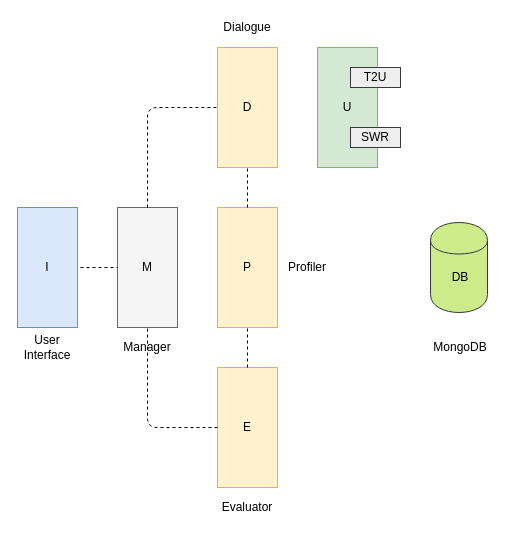
This is Report/images/leonardo-architeture.drawio from diisnc/Dialog_Agent_1819, a draw.io file, before an edit. Source tidied: cells renumbered, new cells numbered last; positions are measured from the earlier drawing's top-left corner, leaving out a move shared by most shapes. Both pictures are drawn from the tidied source at 100%, with x=0, y=0 at pixel (-13, 17).
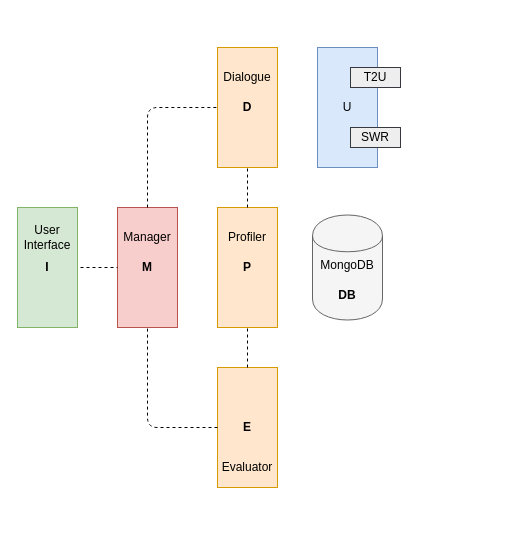
After the change.

Commit message (it also covers changes not shown here):
Dialog manager architecture Update

Change to the diagram source:
```diff
@@
-    <mxCell id="2" style="shape=cylinder;whiteSpace=wrap;html=1;boundedLbl=1;backgroundOutline=1;fillColor=#cdeb8b;strokeColor=#36393d;" parent="1" vertex="1">
-      <mxGeometry x="443" y="205" width="57" height="90" as="geometry" />
+    <mxCell id="2" style="shape=cylinder;whiteSpace=wrap;html=1;boundedLbl=1;backgroundOutline=1;fillColor=#f5f5f5;strokeColor=#666666;fontColor=#333333;" parent="1" vertex="1">
+      <mxGeometry x="325" y="197.5" width="70" height="105" as="geometry" />
     </mxCell>
-    <mxCell id="3" style="rounded=0;whiteSpace=wrap;html=1;rotation=90;fillColor=#dae8fc;strokeColor=#6c8ebf;" parent="1" vertex="1">
+    <mxCell id="3" style="rounded=0;whiteSpace=wrap;html=1;rotation=90;fillColor=#d5e8d4;strokeColor=#82b366;" parent="1" vertex="1">
       <mxGeometry y="220" width="120" height="60" as="geometry" />
     </mxCell>
-    <mxCell id="4" style="rounded=0;whiteSpace=wrap;html=1;rotation=90;fillColor=#f5f5f5;strokeColor=#666666;fontColor=#333333;" parent="1" vertex="1">
+    <mxCell id="4" style="rounded=0;whiteSpace=wrap;html=1;rotation=90;fillColor=#f8cecc;strokeColor=#b85450;" parent="1" vertex="1">
       <mxGeometry x="100" y="220" width="120" height="60" as="geometry" />
     </mxCell>
-    <mxCell id="5" style="rounded=0;whiteSpace=wrap;html=1;rotation=90;fillColor=#fff2cc;strokeColor=#d6b656;" parent="1" vertex="1">
+    <mxCell id="5" style="rounded=0;whiteSpace=wrap;html=1;rotation=90;fillColor=#ffe6cc;strokeColor=#d79b00;" parent="1" vertex="1">
       <mxGeometry x="200" y="220" width="120" height="60" as="geometry" />
     </mxCell>
-    <mxCell id="6" style="rounded=0;whiteSpace=wrap;html=1;rotation=90;fillColor=#fff2cc;strokeColor=#d6b656;" parent="1" vertex="1">
+    <mxCell id="6" style="rounded=0;whiteSpace=wrap;html=1;rotation=90;fillColor=#ffe6cc;strokeColor=#d79b00;" parent="1" vertex="1">
       <mxGeometry x="200" y="60" width="120" height="60" as="geometry" />
     </mxCell>
-    <mxCell id="7" style="rounded=0;whiteSpace=wrap;html=1;rotation=90;fillColor=#fff2cc;strokeColor=#d6b656;" parent="1" vertex="1">
+    <mxCell id="7" style="rounded=0;whiteSpace=wrap;html=1;rotation=90;fillColor=#ffe6cc;strokeColor=#d79b00;" parent="1" vertex="1">
       <mxGeometry x="200" y="380" width="120" height="60" as="geometry" />
     </mxCell>
-    <mxCell id="8" style="rounded=0;whiteSpace=wrap;html=1;rotation=90;fillColor=#d5e8d4;strokeColor=#82b366;" parent="1" vertex="1">
+    <mxCell id="8" style="rounded=0;whiteSpace=wrap;html=1;rotation=90;fillColor=#dae8fc;strokeColor=#6c8ebf;" parent="1" vertex="1">
       <mxGeometry x="300" y="60" width="120" height="60" as="geometry" />
     </mxCell>
-    <mxCell id="9" value="I" style="text;html=1;strokeColor=none;fillColor=none;align=center;verticalAlign=middle;whiteSpace=wrap;rounded=0;" parent="1" vertex="1">
+    <mxCell id="9" value="I" style="text;html=1;strokeColor=none;fillColor=none;align=center;verticalAlign=middle;whiteSpace=wrap;rounded=0;fontStyle=1;" parent="1" vertex="1">
       <mxGeometry x="40" y="240" width="40" height="20" as="geometry" />
     </mxCell>
-    <mxCell id="10" value="M" style="text;html=1;strokeColor=none;fillColor=none;align=center;verticalAlign=middle;whiteSpace=wrap;rounded=0;" parent="1" vertex="1">
+    <mxCell id="10" value="M" style="text;html=1;strokeColor=none;fillColor=none;align=center;verticalAlign=middle;whiteSpace=wrap;rounded=0;fontStyle=1;" parent="1" vertex="1">
       <mxGeometry x="140" y="240" width="40" height="20" as="geometry" />
     </mxCell>
-    <mxCell id="11" value="P" style="text;html=1;strokeColor=none;fillColor=none;align=center;verticalAlign=middle;whiteSpace=wrap;rounded=0;" parent="1" vertex="1">
+    <mxCell id="11" value="P" style="text;html=1;strokeColor=none;fillColor=none;align=center;verticalAlign=middle;whiteSpace=wrap;rounded=0;fontStyle=1;" parent="1" vertex="1">
       <mxGeometry x="240" y="240" width="40" height="20" as="geometry" />
     </mxCell>
-    <mxCell id="12" value="D" style="text;html=1;strokeColor=none;fillColor=none;align=center;verticalAlign=middle;whiteSpace=wrap;rounded=0;" parent="1" vertex="1">
+    <mxCell id="12" value="D" style="text;html=1;strokeColor=none;fillColor=none;align=center;verticalAlign=middle;whiteSpace=wrap;rounded=0;fontStyle=1;" parent="1" vertex="1">
       <mxGeometry x="240" y="80" width="40" height="20" as="geometry" />
     </mxCell>
-    <mxCell id="13" value="E" style="text;html=1;strokeColor=none;fillColor=none;align=center;verticalAlign=middle;whiteSpace=wrap;rounded=0;" parent="1" vertex="1">
+    <mxCell id="13" value="E" style="text;html=1;strokeColor=none;fillColor=none;align=center;verticalAlign=middle;whiteSpace=wrap;rounded=0;fontStyle=1;" parent="1" vertex="1">
       <mxGeometry x="240" y="400" width="40" height="20" as="geometry" />
     </mxCell>
@@
-    <mxCell id="15" value="DB" style="text;html=1;strokeColor=none;fillColor=none;align=center;verticalAlign=middle;whiteSpace=wrap;rounded=0;" parent="1" vertex="1">
-      <mxGeometry x="453" y="250" width="40" height="20" as="geometry" />
+    <mxCell id="15" value="DB" style="text;html=1;strokeColor=none;fillColor=none;align=center;verticalAlign=middle;whiteSpace=wrap;rounded=0;fontStyle=1;" parent="1" vertex="1">
+      <mxGeometry x="340" y="267.5" width="40" height="20" as="geometry" />
     </mxCell>
     <mxCell id="16" value="User Interface" style="text;html=1;strokeColor=none;fillColor=none;align=center;verticalAlign=middle;whiteSpace=wrap;rounded=0;" parent="1" vertex="1">
-      <mxGeometry x="40" y="320" width="40" height="20" as="geometry" />
+      <mxGeometry x="40" y="210" width="40" height="20" as="geometry" />
     </mxCell>
     <mxCell id="17" value="Manager" style="text;html=1;strokeColor=none;fillColor=none;align=center;verticalAlign=middle;whiteSpace=wrap;rounded=0;" parent="1" vertex="1">
-      <mxGeometry x="140" y="320" width="40" height="20" as="geometry" />
+      <mxGeometry x="140" y="210" width="40" height="20" as="geometry" />
     </mxCell>
     <mxCell id="18" value="Dialogue" style="text;html=1;strokeColor=none;fillColor=none;align=center;verticalAlign=middle;whiteSpace=wrap;rounded=0;" parent="1" vertex="1">
-      <mxGeometry x="240" width="40" height="20" as="geometry" />
+      <mxGeometry x="240" y="50" width="40" height="20" as="geometry" />
     </mxCell>
     <mxCell id="19" value="Evaluator" style="text;html=1;strokeColor=none;fillColor=none;align=center;verticalAlign=middle;whiteSpace=wrap;rounded=0;" parent="1" vertex="1">
-      <mxGeometry x="240" y="480" width="40" height="20" as="geometry" />
+      <mxGeometry x="240" y="440" width="40" height="20" as="geometry" />
     </mxCell>
     <mxCell id="20" value="Profiler" style="text;html=1;strokeColor=none;fillColor=none;align=center;verticalAlign=middle;whiteSpace=wrap;rounded=0;" parent="1" vertex="1">
-      <mxGeometry x="300" y="240" width="40" height="20" as="geometry" />
+      <mxGeometry x="240" y="210" width="40" height="20" as="geometry" />
     </mxCell>
@@
     <mxCell id="30" value="MongoDB" style="text;html=1;strokeColor=none;fillColor=none;align=center;verticalAlign=middle;whiteSpace=wrap;rounded=0;" parent="1" vertex="1">
-      <mxGeometry x="453" y="320" width="40" height="20" as="geometry" />
+      <mxGeometry x="340" y="237.5" width="40" height="20" as="geometry" />
     </mxCell>
```
